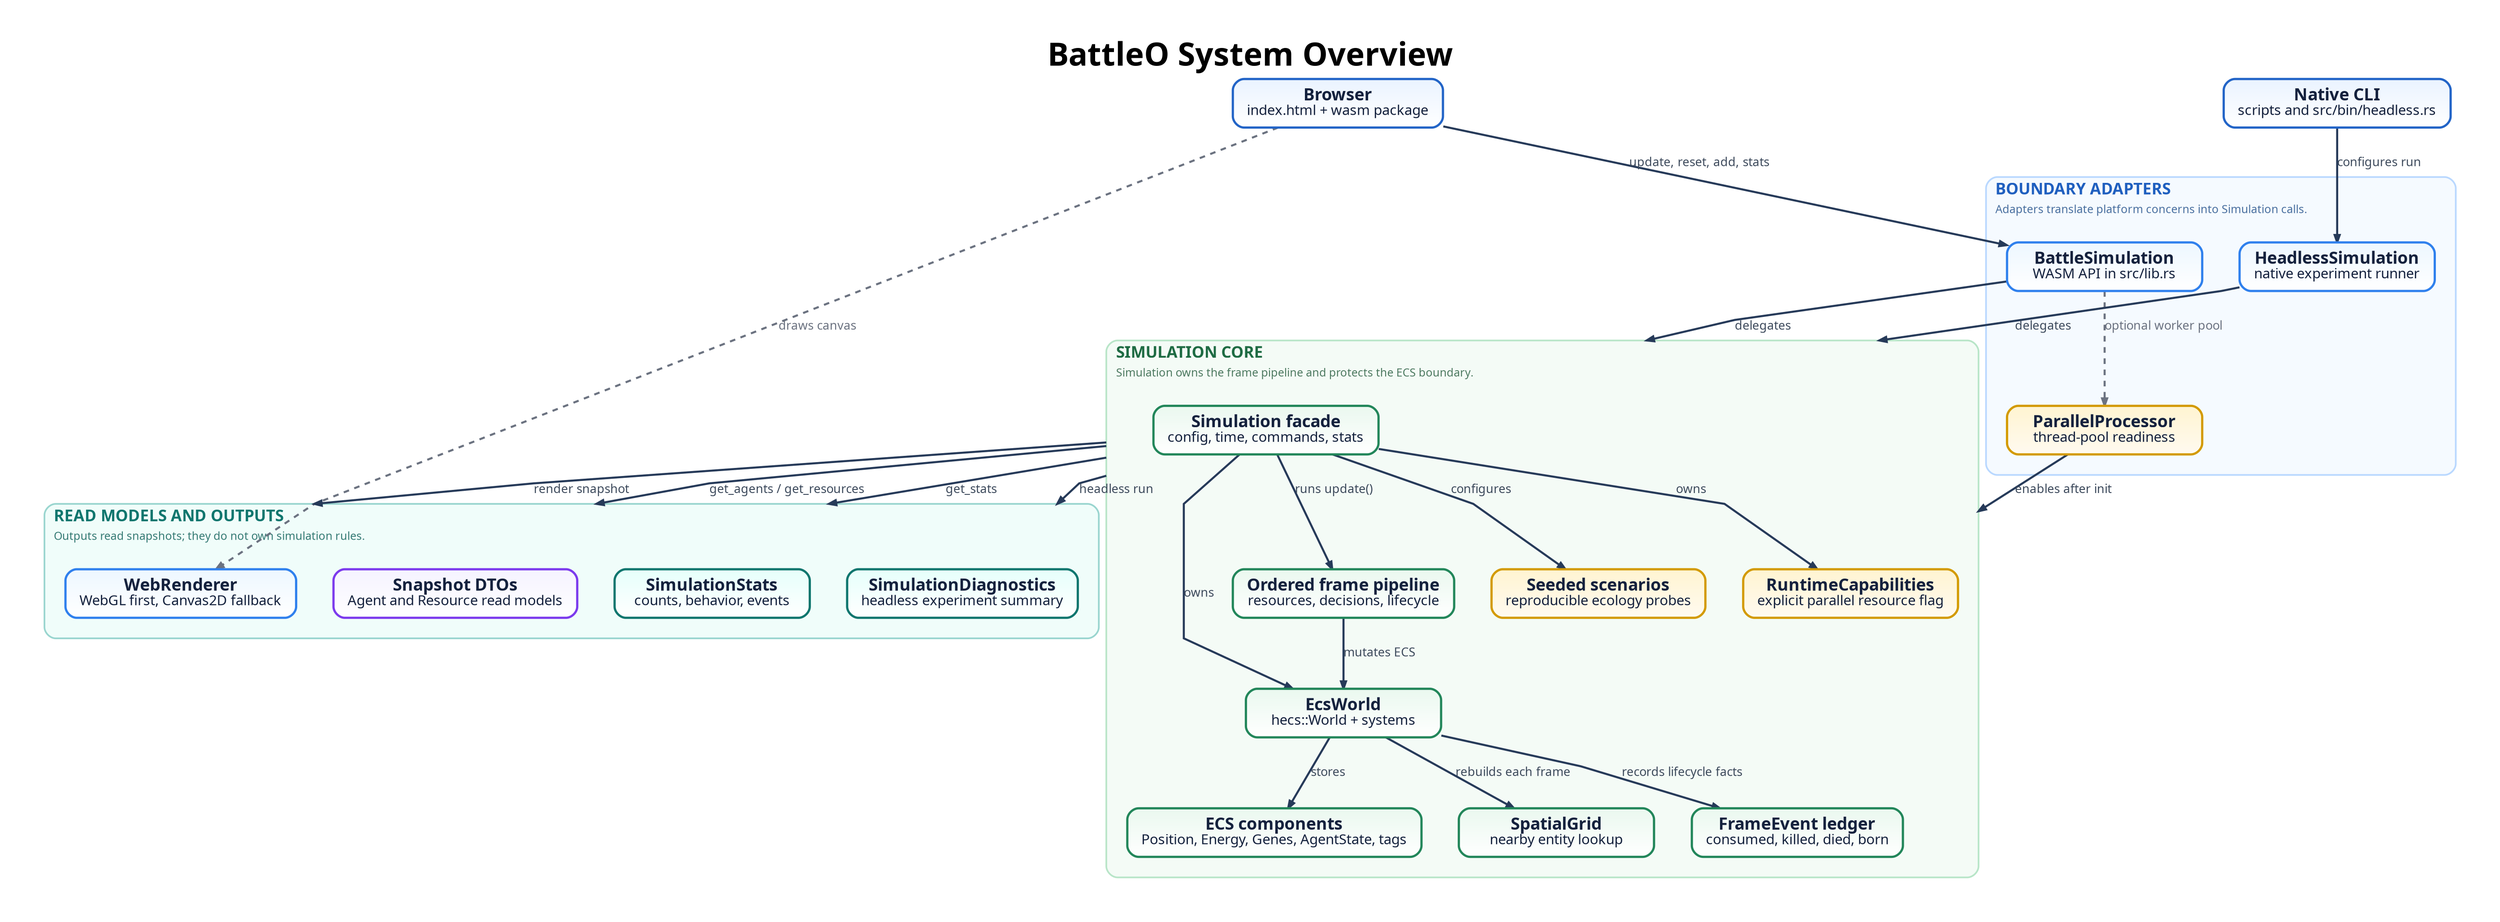
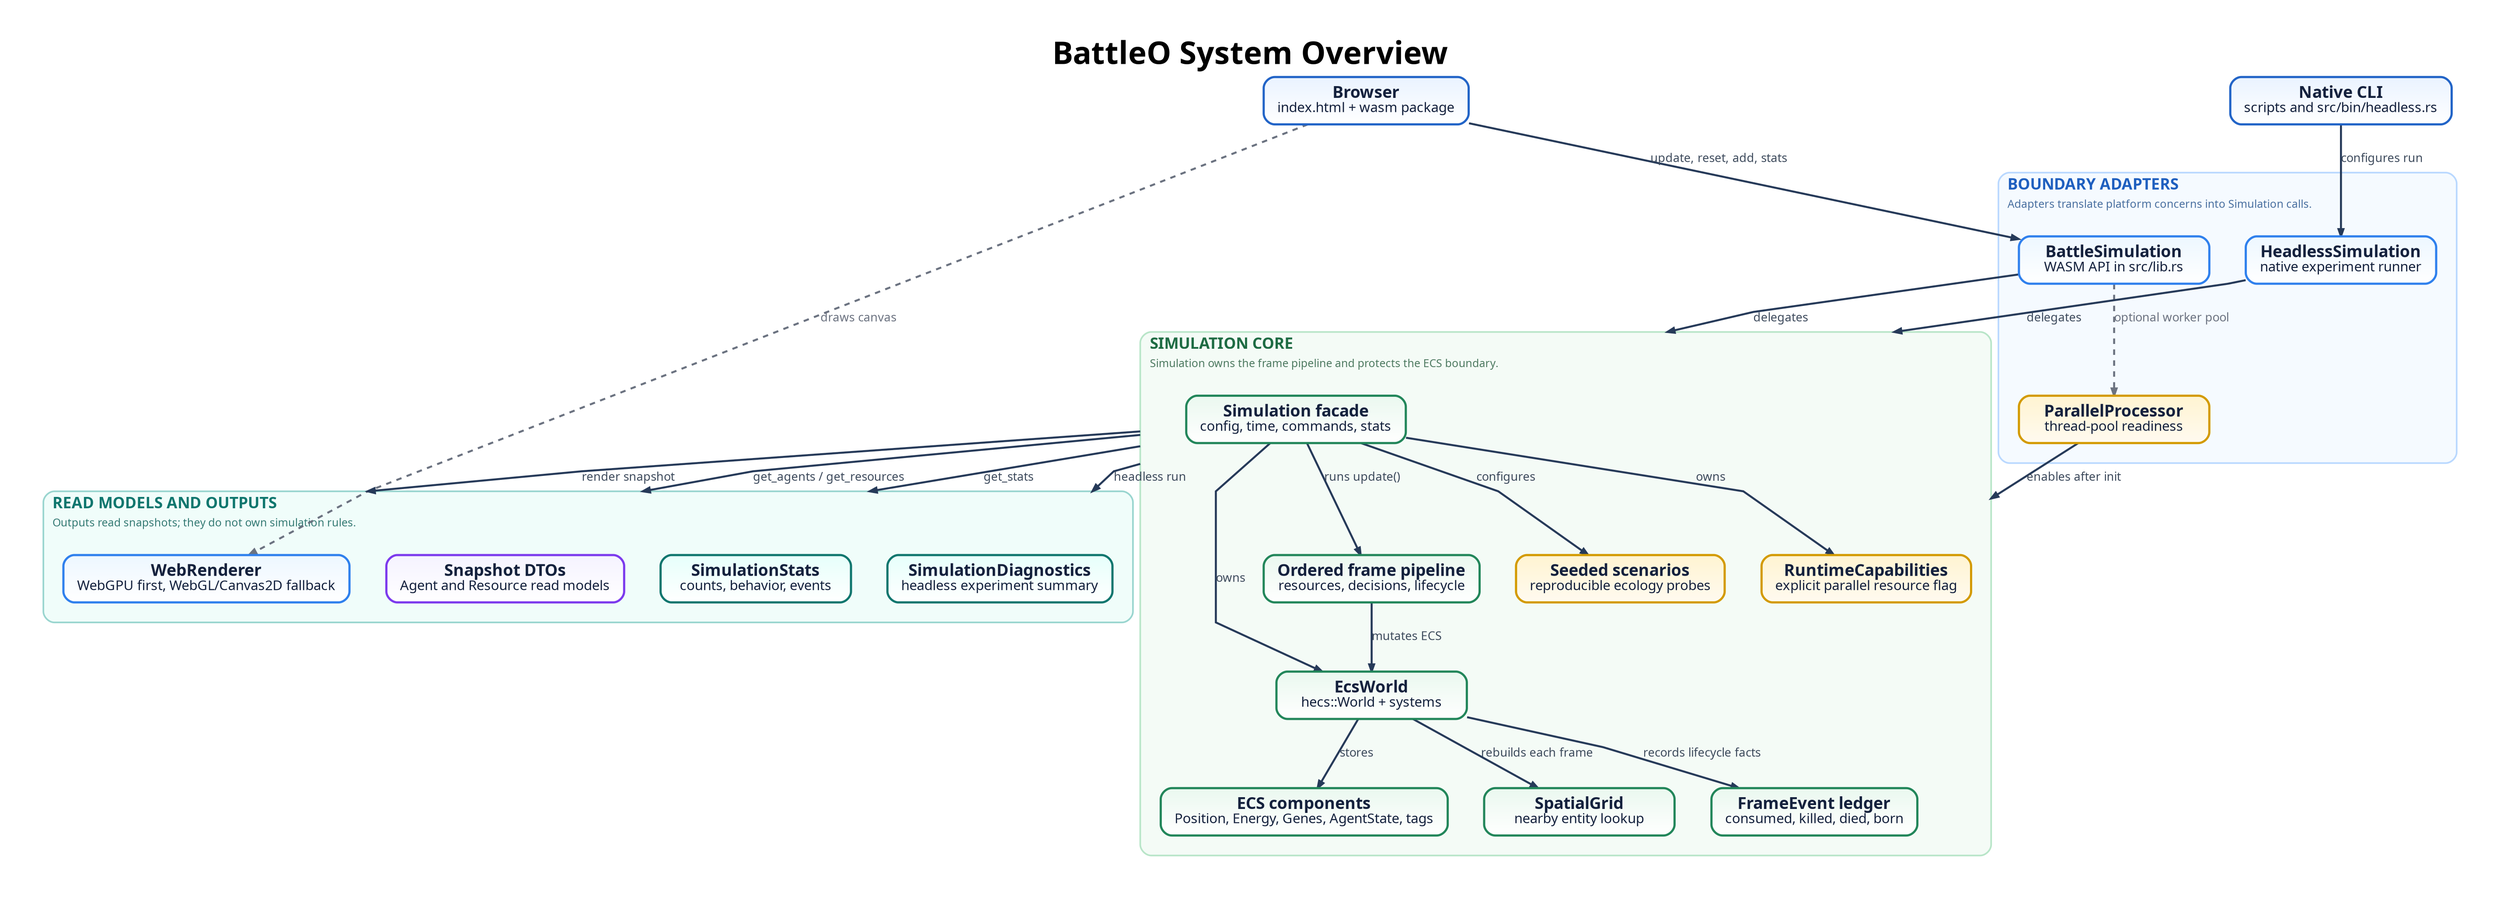
digraph BattleOSystemOverview {
  graph [
    rankdir=TB,
    bgcolor="#ffffff",
    pad="0.55",
    nodesep="0.55",
    ranksep="0.85",
    splines=polyline,
    outputorder=edgesfirst,
    compound=true,
    newrank=true,
    forcelabels=true,
    fontname="Avenir",
    label=<
      <TABLE BORDER="0" CELLBORDER="0" CELLSPACING="0" CELLPADDING="0">
        <TR><TD><FONT POINT-SIZE="34"><B>BattleO System Overview</B></FONT></TD></TR>
      </TABLE>
    >,
    labelloc=t,
    labeljust=c
  ];

  node [
    shape=box,
    style="rounded,filled",
    margin="0.21,0.13",
    width=2.90,
    height=0.72,
    fixedsize=false,
    fontname="Avenir",
    fontsize=18,
    penwidth=2.4,
    fontcolor="#14213d",
    color="#2264c7",
    fillcolor="#eaf3ff:#ffffff",
    gradientangle=270
  ];

  edge [
    color="#263a59",
    fontname="Avenir",
    fontsize=13,
    fontcolor="#3d4a5c",
    penwidth=2.2,
    arrowsize=0.78
  ];

  browser [label=<<B>Browser</B><BR/><FONT POINT-SIZE="15">index.html + wasm package</FONT>>];
  cli [label=<<B>Native CLI</B><BR/><FONT POINT-SIZE="15">scripts and src/bin/headless.rs</FONT>>];

  subgraph cluster_adapters {
    graph [
      label=<
        <TABLE BORDER="0" CELLBORDER="0" CELLSPACING="0" CELLPADDING="2">
          <TR><TD ALIGN="LEFT"><FONT POINT-SIZE="17" COLOR="#1f5fbf"><B>BOUNDARY ADAPTERS</B></FONT></TD></TR>
          <TR><TD ALIGN="LEFT"><FONT POINT-SIZE="12" COLOR="#496f9f">Adapters translate platform concerns into Simulation calls.</FONT></TD></TR>
        </TABLE>
      >,
      labelloc=t,
      labeljust=l,
      color="#b9d8ff",
      fillcolor="#f5faff",
      style="rounded,filled",
      penwidth=1.8,
      margin=22
    ];

    wasm_adapter [label=<<B>BattleSimulation</B><BR/><FONT POINT-SIZE="15">WASM API in src/lib.rs</FONT>>, fillcolor="#edf7ff:#ffffff", color="#2f80ed"];
    parallel_adapter [label=<<B>ParallelProcessor</B><BR/><FONT POINT-SIZE="15">thread-pool readiness</FONT>>, fillcolor="#fff4d1:#fffaf0", color="#d39a00"];
    headless_adapter [label=<<B>HeadlessSimulation</B><BR/><FONT POINT-SIZE="15">native experiment runner</FONT>>, fillcolor="#edf7ff:#ffffff", color="#2f80ed"];

    wasm_adapter -> parallel_adapter [label="optional worker pool", style=dashed, color="#6b7280", fontcolor="#6b7280"];
  }

  subgraph cluster_core {
    graph [
      label=<
        <TABLE BORDER="0" CELLBORDER="0" CELLSPACING="0" CELLPADDING="2">
          <TR><TD ALIGN="LEFT"><FONT POINT-SIZE="17" COLOR="#1e6b43"><B>SIMULATION CORE</B></FONT></TD></TR>
          <TR><TD ALIGN="LEFT"><FONT POINT-SIZE="12" COLOR="#4e7a61">Simulation owns the frame pipeline and protects the ECS boundary.</FONT></TD></TR>
        </TABLE>
      >,
      labelloc=t,
      labeljust=l,
      color="#b8e5c8",
      fillcolor="#f4fbf6",
      style="rounded,filled",
      penwidth=1.8,
      margin=22
    ];

    simulation [label=<<B>Simulation facade</B><BR/><FONT POINT-SIZE="15">config, time, commands, stats</FONT>>, fillcolor="#eaf8ef:#ffffff", color="#22865a"];
    seeded_scenarios [label=<<B>Seeded scenarios</B><BR/><FONT POINT-SIZE="15">reproducible ecology probes</FONT>>, fillcolor="#fff4d1:#fffaf0", color="#d39a00"];
    capabilities [label=<<B>RuntimeCapabilities</B><BR/><FONT POINT-SIZE="15">explicit parallel resource flag</FONT>>, fillcolor="#fff4d1:#fffaf0", color="#d39a00"];
    world [label=<<B>EcsWorld</B><BR/><FONT POINT-SIZE="15">hecs::World + systems</FONT>>, fillcolor="#eaf8ef:#ffffff", color="#22865a"];
    components [label=<<B>ECS components</B><BR/><FONT POINT-SIZE="15">Position, Energy, Genes, AgentState, tags</FONT>>, fillcolor="#eaf8ef:#ffffff", color="#22865a"];
    spatial_grid [label=<<B>SpatialGrid</B><BR/><FONT POINT-SIZE="15">nearby entity lookup</FONT>>, fillcolor="#eaf8ef:#ffffff", color="#22865a"];
    events [label=<<B>FrameEvent ledger</B><BR/><FONT POINT-SIZE="15">consumed, killed, died, born</FONT>>, fillcolor="#eaf8ef:#ffffff", color="#22865a"];
    frame_pipeline [label=<<B>Ordered frame pipeline</B><BR/><FONT POINT-SIZE="15">resources, decisions, lifecycle</FONT>>, fillcolor="#eaf8ef:#ffffff", color="#22865a"];

    simulation -> world [label="owns"];
    simulation -> seeded_scenarios [label="configures"];
    simulation -> capabilities [label="owns"];
    world -> components [label="stores"];
    world -> spatial_grid [label="rebuilds each frame"];
    world -> events [label="records lifecycle facts"];
    simulation -> frame_pipeline [label="runs update()"];
    frame_pipeline -> world [label="mutates ECS"];
  }

  subgraph cluster_outputs {
    graph [
      label=<
        <TABLE BORDER="0" CELLBORDER="0" CELLSPACING="0" CELLPADDING="2">
          <TR><TD ALIGN="LEFT"><FONT POINT-SIZE="17" COLOR="#0f766e"><B>READ MODELS AND OUTPUTS</B></FONT></TD></TR>
          <TR><TD ALIGN="LEFT"><FONT POINT-SIZE="12" COLOR="#357a74">Outputs read snapshots; they do not own simulation rules.</FONT></TD></TR>
        </TABLE>
      >,
      labelloc=t,
      labeljust=l,
      color="#99d5cf",
      fillcolor="#f0fdfa",
      style="rounded,filled",
      penwidth=1.8,
      margin=22
    ];

-     renderer [label=<<B>WebRenderer</B><BR/><FONT POINT-SIZE="15">WebGL first, Canvas2D fallback</FONT>>, fillcolor="#edf7ff:#ffffff", color="#2f80ed"];
+     renderer [label=<<B>WebRenderer</B><BR/><FONT POINT-SIZE="15">WebGPU first, WebGL/Canvas2D fallback</FONT>>, fillcolor="#edf7ff:#ffffff", color="#2f80ed"];
    stats [label=<<B>SimulationStats</B><BR/><FONT POINT-SIZE="15">counts, behavior, events</FONT>>, fillcolor="#e6fffb:#ffffff", color="#0f766e"];
    diagnostics [label=<<B>SimulationDiagnostics</B><BR/><FONT POINT-SIZE="15">headless experiment summary</FONT>>, fillcolor="#e6fffb:#ffffff", color="#0f766e"];
    dto [label=<<B>Snapshot DTOs</B><BR/><FONT POINT-SIZE="15">Agent and Resource read models</FONT>>, fillcolor="#f5f3ff:#ffffff", color="#7c3aed"];
  }

  browser -> wasm_adapter [label="update, reset, add, stats"];
  browser -> renderer [label="draws canvas", style=dashed, color="#6b7280", fontcolor="#6b7280"];
  cli -> headless_adapter [label="configures run"];

  wasm_adapter -> simulation [lhead=cluster_core, label="delegates"];
  headless_adapter -> simulation [lhead=cluster_core, label="delegates"];
  parallel_adapter -> capabilities [lhead=cluster_core, label="enables after init"];

  simulation -> renderer [ltail=cluster_core, lhead=cluster_outputs, label="render snapshot"];
  simulation -> stats [ltail=cluster_core, lhead=cluster_outputs, label="get_stats"];
  simulation -> diagnostics [ltail=cluster_core, lhead=cluster_outputs, label="headless run"];
  simulation -> dto [ltail=cluster_core, lhead=cluster_outputs, label="get_agents / get_resources"];
}
